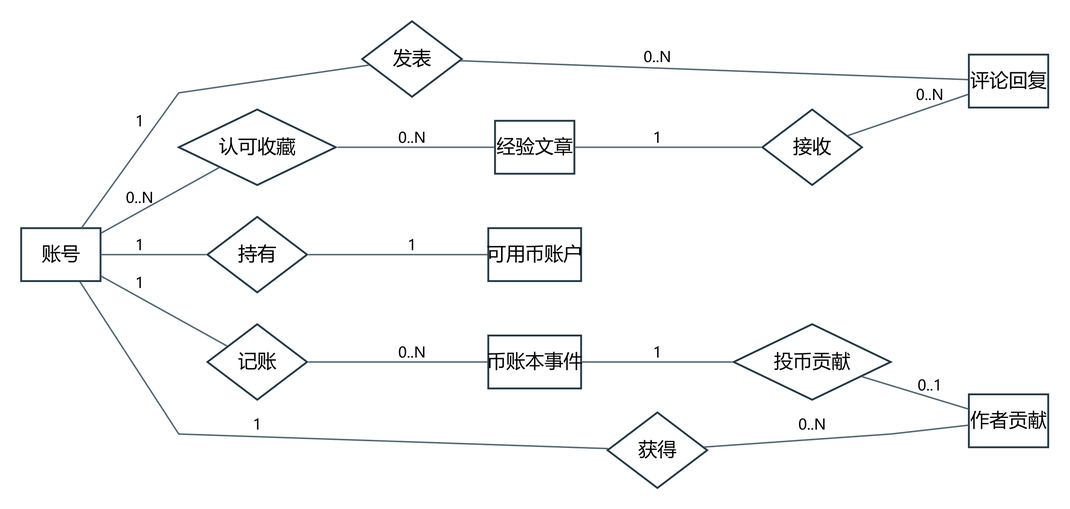
Before: docs/project/models/图表与模型/ER03.png, a diagram exported from Graphviz (jason-bitc/HZCU-CampusHub). Its source is kept beside it as docs/project/models/图表与模型/ER03.dot. Its diagram source:
```dot
digraph G {
graph [rankdir=LR,nodesep=0.30,ranksep=0.48,bgcolor="white",splines=polyline,pad=0.20];
node [fontname="Microsoft YaHei",fontsize=13,color="#223846",penwidth=1.25,margin="0.10,0.07",style="rounded,filled",fillcolor="#F6F8FA"];
edge [fontname="Microsoft YaHei",fontsize=10,color="#526775",arrowsize=0.7];
"Account" [shape=box,label="账号",style="filled",fillcolor="white"];
"Article" [shape=box,label="经验文章",style="filled",fillcolor="white"];
"Comment" [shape=box,label="评论回复",style="filled",fillcolor="white"];
"Wallet" [shape=box,label="可用币账户",style="filled",fillcolor="white"];
"CoinEntry" [shape=box,label="币账本事件",style="filled",fillcolor="white"];
"Contribution" [shape=box,label="作者贡献",style="filled",fillcolor="white"];
"rel9" [shape=diamond,label="接收",style="filled",fillcolor="white"];
"rel10" [shape=diamond,label="发表",style="filled",fillcolor="white"];
"rel11" [shape=diamond,label="认可收藏",style="filled",fillcolor="white"];
"rel12" [shape=diamond,label="持有",style="filled",fillcolor="white"];
"rel13" [shape=diamond,label="记账",style="filled",fillcolor="white"];
"rel14" [shape=diamond,label="投币贡献",style="filled",fillcolor="white"];
"rel15" [shape=diamond,label="获得",style="filled",fillcolor="white"];
"Article" -> "rel9" [label="1",dir=none];
"rel9" -> "Comment" [label="0..N",dir=none];
"Account" -> "rel10" [label="1",dir=none];
"rel10" -> "Comment" [label="0..N",dir=none];
"Account" -> "rel11" [label="0..N",dir=none];
"rel11" -> "Article" [label="0..N",dir=none];
"Account" -> "rel12" [label="1",dir=none];
"rel12" -> "Wallet" [label="1",dir=none];
"Account" -> "rel13" [label="1",dir=none];
"rel13" -> "CoinEntry" [label="0..N",dir=none];
"CoinEntry" -> "rel14" [label="1",dir=none];
"rel14" -> "Contribution" [label="0..1",dir=none];
"Account" -> "rel15" [label="1",dir=none];
"rel15" -> "Contribution" [label="0..N",dir=none];
}
```
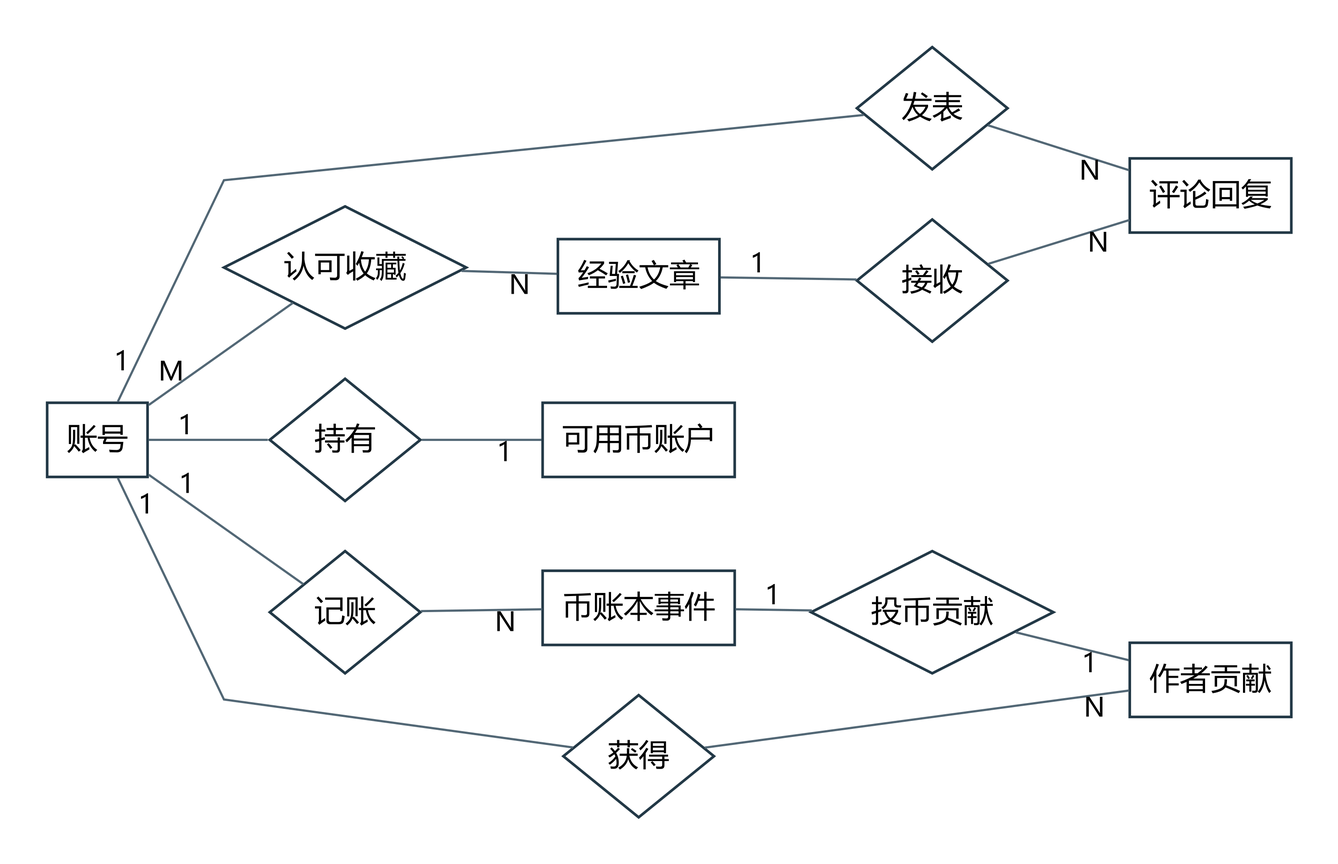
Above is the later version.

What changed in the source:
```diff
@@ -1,32 +1,32 @@
 digraph G {
-graph [rankdir=LR,nodesep=0.30,ranksep=0.48,bgcolor="white",splines=polyline,pad=0.20];
-node [fontname="Microsoft YaHei",fontsize=13,color="#223846",penwidth=1.25,margin="0.10,0.07",style="rounded,filled",fillcolor="#F6F8FA"];
-edge [fontname="Microsoft YaHei",fontsize=10,color="#526775",arrowsize=0.7];
-"Account" [shape=box,label="账号",style="filled",fillcolor="white"];
-"Article" [shape=box,label="经验文章",style="filled",fillcolor="white"];
-"Comment" [shape=box,label="评论回复",style="filled",fillcolor="white"];
-"Wallet" [shape=box,label="可用币账户",style="filled",fillcolor="white"];
-"CoinEntry" [shape=box,label="币账本事件",style="filled",fillcolor="white"];
-"Contribution" [shape=box,label="作者贡献",style="filled",fillcolor="white"];
-"rel9" [shape=diamond,label="接收",style="filled",fillcolor="white"];
-"rel10" [shape=diamond,label="发表",style="filled",fillcolor="white"];
-"rel11" [shape=diamond,label="认可收藏",style="filled",fillcolor="white"];
-"rel12" [shape=diamond,label="持有",style="filled",fillcolor="white"];
-"rel13" [shape=diamond,label="记账",style="filled",fillcolor="white"];
-"rel14" [shape=diamond,label="投币贡献",style="filled",fillcolor="white"];
-"rel15" [shape=diamond,label="获得",style="filled",fillcolor="white"];
-"Article" -> "rel9" [label="1",dir=none];
-"rel9" -> "Comment" [label="0..N",dir=none];
-"Account" -> "rel10" [label="1",dir=none];
-"rel10" -> "Comment" [label="0..N",dir=none];
-"Account" -> "rel11" [label="0..N",dir=none];
-"rel11" -> "Article" [label="0..N",dir=none];
-"Account" -> "rel12" [label="1",dir=none];
-"rel12" -> "Wallet" [label="1",dir=none];
-"Account" -> "rel13" [label="1",dir=none];
-"rel13" -> "CoinEntry" [label="0..N",dir=none];
-"CoinEntry" -> "rel14" [label="1",dir=none];
-"rel14" -> "Contribution" [label="0..1",dir=none];
-"Account" -> "rel15" [label="1",dir=none];
-"rel15" -> "Contribution" [label="0..N",dir=none];
+graph [rankdir=LR,nodesep=0.32,ranksep=0.48,bgcolor="white",splines=polyline,pad=0.30];
+node [fontname="Microsoft YaHei",fontsize=14,color="#223846",penwidth=1.2,margin="0.10,0.08",style="filled",fillcolor="white"];
+edge [fontname="Microsoft YaHei",fontsize=12,color="#526775",dir=none];
+"Account" [shape=box,label="账号",width=0.6389,height=0.4722];
+"Article" [shape=box,label="经验文章",width=1.0278,height=0.4722];
+"Comment" [shape=box,label="评论回复",width=1.0278,height=0.4722];
+"Wallet" [shape=box,label="可用币账户",width=1.2222,height=0.4722];
+"CoinEntry" [shape=box,label="币账本事件",width=1.2222,height=0.4722];
+"Contribution" [shape=box,label="作者贡献",width=1.0278,height=0.4722];
+"rel9" [shape=diamond,label="接收",width=0.9583,height=0.7778];
+"rel10" [shape=diamond,label="发表",width=0.9583,height=0.7778];
+"rel11" [shape=diamond,label="认可收藏",width=1.5417,height=0.7778];
+"rel12" [shape=diamond,label="持有",width=0.9583,height=0.7778];
+"rel13" [shape=diamond,label="记账",width=0.9583,height=0.7778];
+"rel14" [shape=diamond,label="投币贡献",width=1.5417,height=0.7778];
+"rel15" [shape=diamond,label="获得",width=0.9583,height=0.7778];
+"Article" -> "rel9" [taillabel="1",labeldistance=1.8,labelangle=20,dir=none];
+"rel9" -> "Comment" [headlabel="N",labeldistance=1.8,labelangle=20,dir=none];
+"Account" -> "rel10" [taillabel="1",labeldistance=1.8,labelangle=20,dir=none];
+"rel10" -> "Comment" [headlabel="N",labeldistance=1.8,labelangle=20,dir=none];
+"Account" -> "rel11" [taillabel="M",labeldistance=1.8,labelangle=20,dir=none];
+"rel11" -> "Article" [headlabel="N",labeldistance=1.8,labelangle=20,dir=none];
+"Account" -> "rel12" [taillabel="1",labeldistance=1.8,labelangle=20,dir=none];
+"rel12" -> "Wallet" [headlabel="1",labeldistance=1.8,labelangle=20,dir=none];
+"Account" -> "rel13" [taillabel="1",labeldistance=1.8,labelangle=20,dir=none];
+"rel13" -> "CoinEntry" [headlabel="N",labeldistance=1.8,labelangle=20,dir=none];
+"CoinEntry" -> "rel14" [taillabel="1",labeldistance=1.8,labelangle=20,dir=none];
+"rel14" -> "Contribution" [headlabel="1",labeldistance=1.8,labelangle=20,dir=none];
+"Account" -> "rel15" [taillabel="1",labeldistance=1.8,labelangle=20,dir=none];
+"rel15" -> "Contribution" [headlabel="N",labeldistance=1.8,labelangle=20,dir=none];
 }
```
